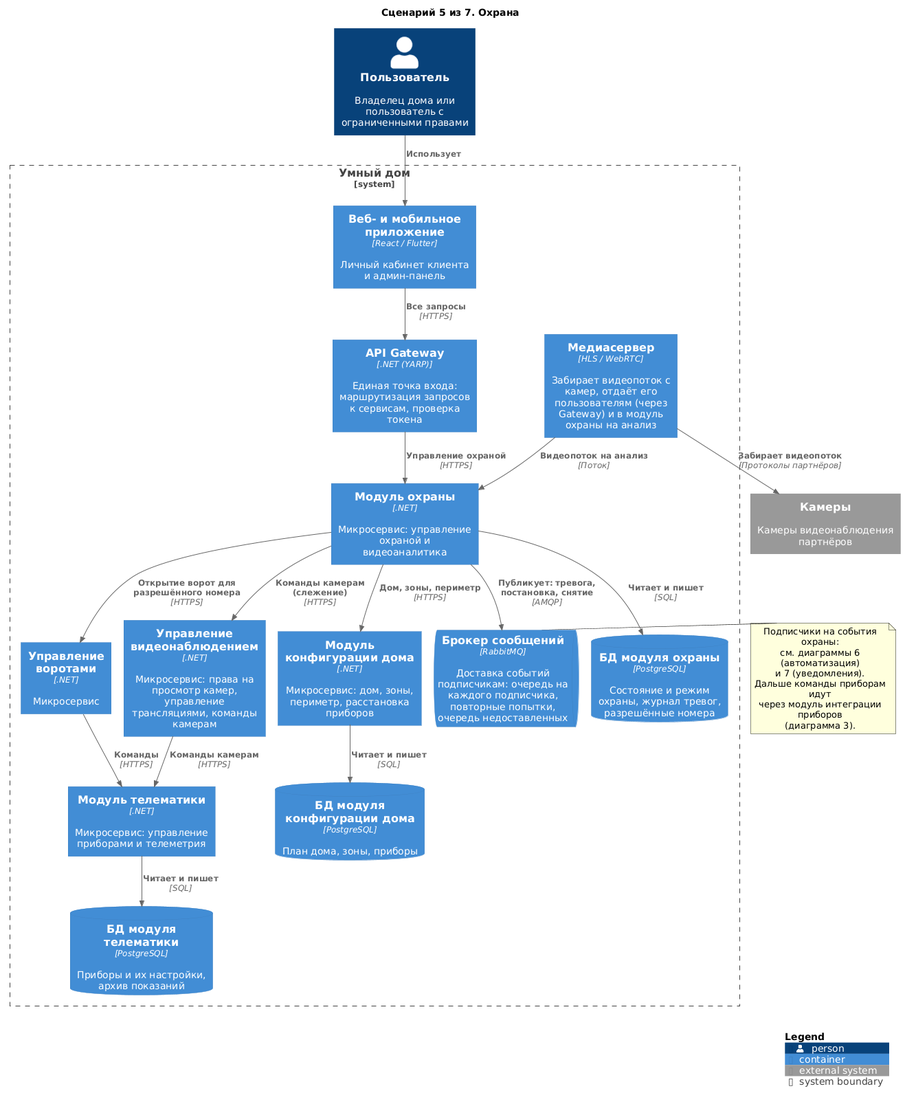
The PlantUML diagram diagrams/containers-scenarios/05-security.png in Lyamin-av/architecture-warmhouse, before a commit.
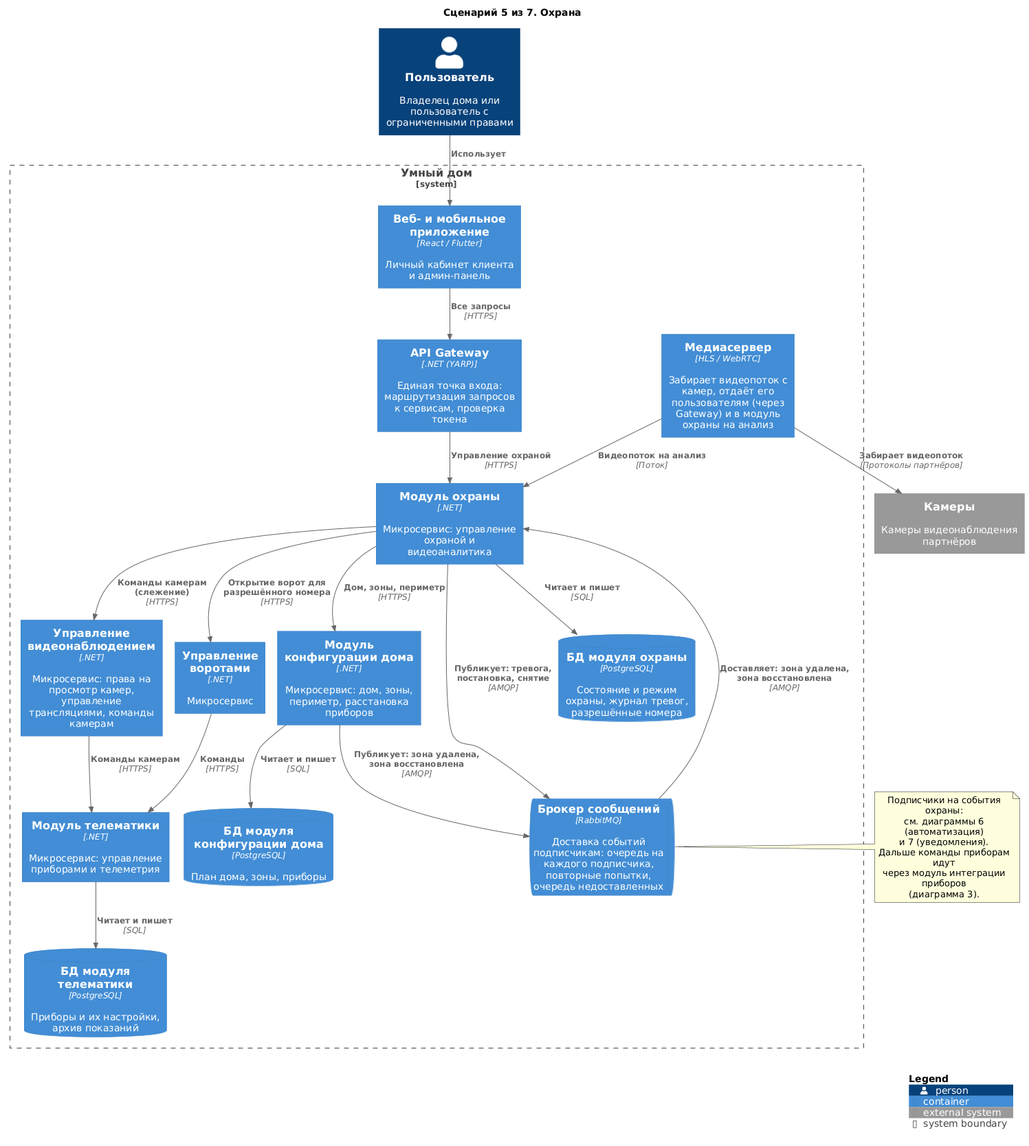
The same diagram one commit later.

What changed in the source:
```diff
@@ -46,6 +46,8 @@
 Rel(Security, dbSecurity, "Читает и пишет", "SQL")
 Rel(Telematics, dbTelematics, "Читает и пишет", "SQL")
 Rel(HouseConfigurator, dbHC, "Читает и пишет", "SQL")
+Rel(HouseConfigurator, Broker, "Публикует: зона удалена, зона восстановлена", "AMQP")
+Rel(Broker, Security, "Доставляет: зона удалена, зона восстановлена", "AMQP")
 
 SHOW_LEGEND()
 @enduml
```
